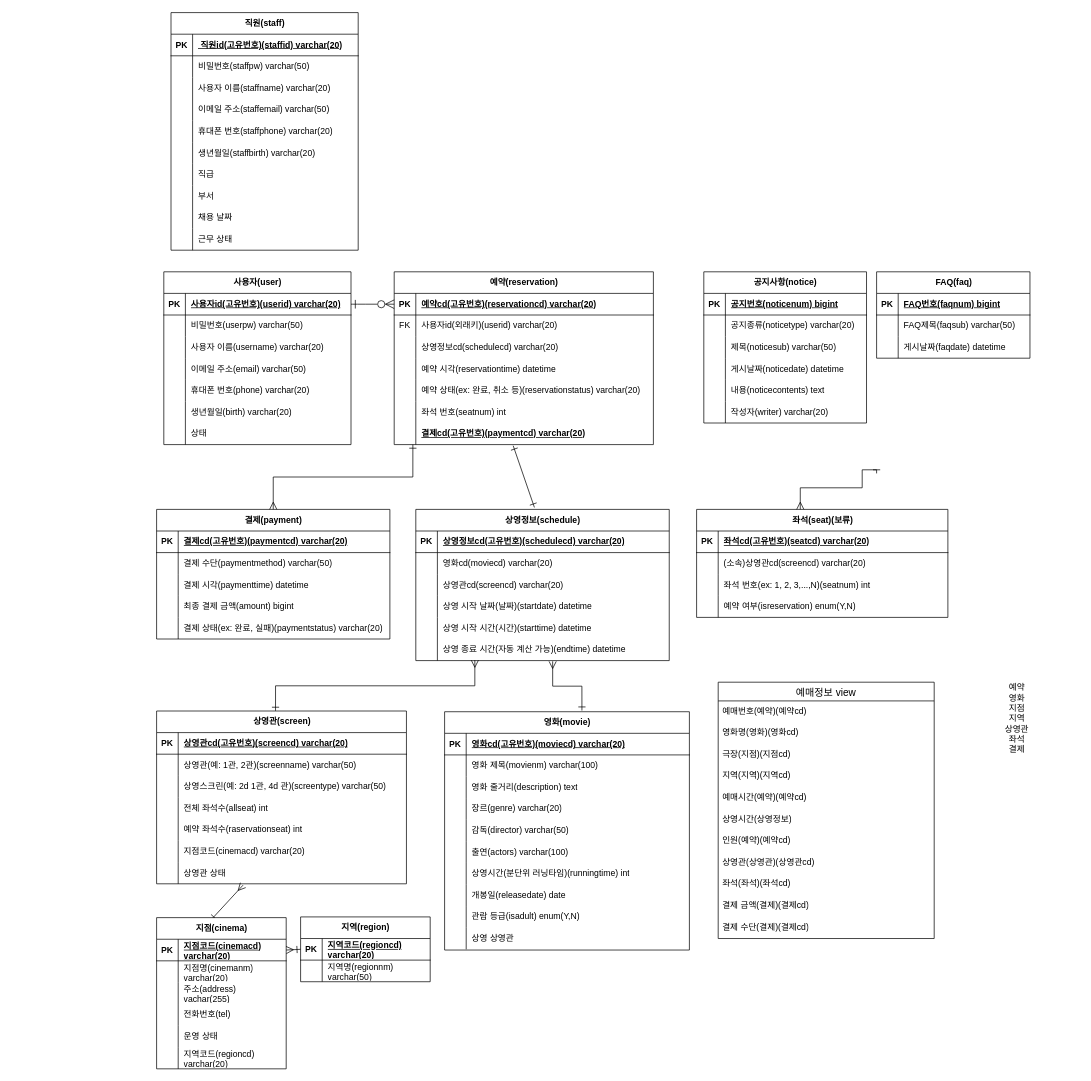
Earlier version of the draw.io diagram thescreendberd.drawio (Leeoc1/projectscr). Source tidied: cells renumbered, new cells numbered last; positions are measured from the earlier drawing's top-left corner, leaving out a move shared by most shapes. Both pictures are drawn from the tidied source at 72%, with x=0, y=0 at pixel (156, 12).
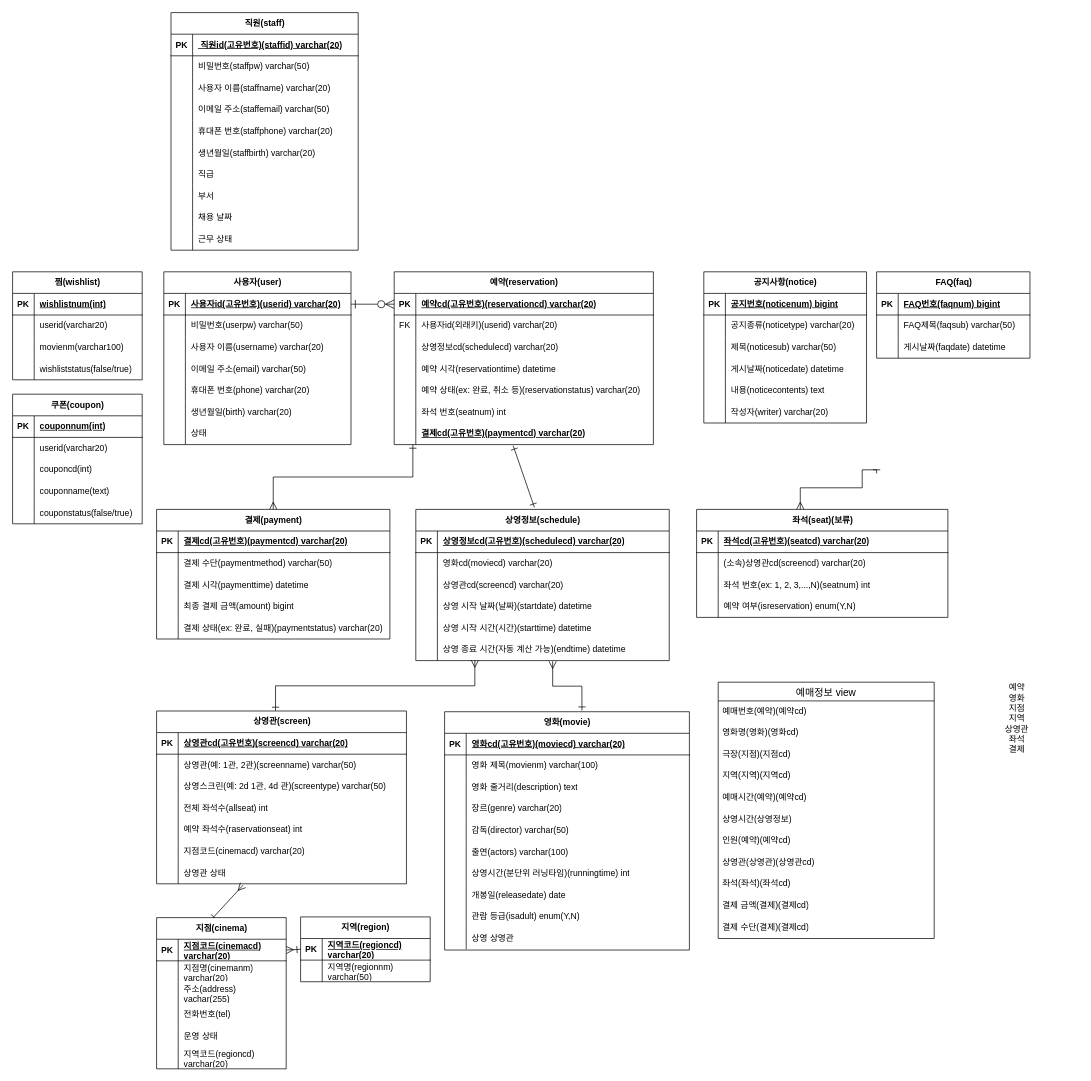
After the change.

What changed in the source:
```diff
@@
+    <mxCell id="254" value="찜(wishlist)" style="shape=table;startSize=30;childLayout=tableLayout;rowLines=0;fontStyle=1;align=center;html=1;" parent="1" vertex="1">
+      <mxGeometry x="-200" y="360" width="180" height="150" as="geometry" />
+    </mxCell>
+    <mxCell id="255" style="shape=tableRow;horizontal=0;startSize=0;swimlaneHead=0;swimlaneBody=0;fillColor=none;top=0;left=0;right=0;bottom=1;" parent="254" vertex="1">
+      <mxGeometry y="30" width="180" height="30" as="geometry" />
+    </mxCell>
+    <mxCell id="256" value="PK" style="shape=partialRectangle;fillColor=none;top=0;left=0;bottom=0;right=0;fontStyle=1;overflow=hidden;whiteSpace=wrap;html=1;" parent="255" vertex="1">
+      <mxGeometry width="30" height="30" as="geometry" />
+    </mxCell>
+    <mxCell id="257" value="wishlistnum(int)" style="shape=partialRectangle;fillColor=none;top=0;left=0;bottom=0;right=0;align=left;spacingLeft=6;fontStyle=5;overflow=hidden;whiteSpace=wrap;html=1;" parent="255" vertex="1">
+      <mxGeometry x="30" width="150" height="30" as="geometry" />
+    </mxCell>
+    <mxCell id="258" style="shape=tableRow;horizontal=0;startSize=0;swimlaneHead=0;swimlaneBody=0;fillColor=none;top=0;left=0;right=0;bottom=0;" parent="254" vertex="1">
+      <mxGeometry y="60" width="180" height="30" as="geometry" />
+    </mxCell>
+    <mxCell id="259" style="shape=partialRectangle;fillColor=none;top=0;left=0;bottom=0;right=0;overflow=hidden;whiteSpace=wrap;html=1;" parent="258" vertex="1">
+      <mxGeometry width="30" height="30" as="geometry" />
+    </mxCell>
+    <mxCell id="260" value="userid(varchar20)&lt;span style=&quot;white-space: pre;&quot;&gt;&#9;&lt;/span&gt;" style="shape=partialRectangle;fillColor=none;top=0;left=0;bottom=0;right=0;align=left;spacingLeft=6;overflow=hidden;whiteSpace=wrap;html=1;" parent="258" vertex="1">
+      <mxGeometry x="30" width="150" height="30" as="geometry" />
+    </mxCell>
+    <mxCell id="261" style="shape=tableRow;horizontal=0;startSize=0;swimlaneHead=0;swimlaneBody=0;fillColor=none;top=0;left=0;right=0;bottom=0;" parent="254" vertex="1">
+      <mxGeometry y="90" width="180" height="30" as="geometry" />
+    </mxCell>
+    <mxCell id="262" style="shape=partialRectangle;fillColor=none;top=0;left=0;bottom=0;right=0;overflow=hidden;whiteSpace=wrap;html=1;" parent="261" vertex="1">
+      <mxGeometry width="30" height="30" as="geometry" />
+    </mxCell>
+    <mxCell id="263" value="movienm(varchar100)" style="shape=partialRectangle;fillColor=none;top=0;left=0;bottom=0;right=0;align=left;spacingLeft=6;overflow=hidden;whiteSpace=wrap;html=1;" parent="261" vertex="1">
+      <mxGeometry x="30" width="150" height="30" as="geometry" />
+    </mxCell>
+    <mxCell id="264" style="shape=tableRow;horizontal=0;startSize=0;swimlaneHead=0;swimlaneBody=0;fillColor=none;top=0;left=0;right=0;bottom=0;" parent="254" vertex="1">
+      <mxGeometry y="120" width="180" height="30" as="geometry" />
+    </mxCell>
+    <mxCell id="265" style="shape=partialRectangle;fillColor=none;top=0;left=0;bottom=0;right=0;overflow=hidden;whiteSpace=wrap;html=1;" parent="264" vertex="1">
+      <mxGeometry width="30" height="30" as="geometry" />
+    </mxCell>
+    <mxCell id="266" value="wishliststatus(false/true)" style="shape=partialRectangle;fillColor=none;top=0;left=0;bottom=0;right=0;align=left;spacingLeft=6;overflow=hidden;whiteSpace=wrap;html=1;" parent="264" vertex="1">
+      <mxGeometry x="30" width="150" height="30" as="geometry" />
+    </mxCell>
+    <mxCell id="267" value="쿠폰(coupon)" style="shape=table;startSize=30;childLayout=tableLayout;rowLines=0;fontStyle=1;align=center;html=1;" parent="1" vertex="1">
+      <mxGeometry x="-200" y="530" width="180" height="180" as="geometry" />
+    </mxCell>
+    <mxCell id="268" style="shape=tableRow;horizontal=0;startSize=0;swimlaneHead=0;swimlaneBody=0;fillColor=none;top=0;left=0;right=0;bottom=1;" parent="267" vertex="1">
+      <mxGeometry y="30" width="180" height="30" as="geometry" />
+    </mxCell>
+    <mxCell id="269" value="PK" style="shape=partialRectangle;fillColor=none;top=0;left=0;bottom=0;right=0;fontStyle=1;overflow=hidden;whiteSpace=wrap;html=1;" parent="268" vertex="1">
+      <mxGeometry width="30" height="30" as="geometry" />
+    </mxCell>
+    <mxCell id="270" value="couponnum(int)" style="shape=partialRectangle;fillColor=none;top=0;left=0;bottom=0;right=0;align=left;spacingLeft=6;fontStyle=5;overflow=hidden;whiteSpace=wrap;html=1;" parent="268" vertex="1">
+      <mxGeometry x="30" width="150" height="30" as="geometry" />
+    </mxCell>
+    <mxCell id="271" style="shape=tableRow;horizontal=0;startSize=0;swimlaneHead=0;swimlaneBody=0;fillColor=none;top=0;left=0;right=0;bottom=0;" parent="267" vertex="1">
+      <mxGeometry y="60" width="180" height="30" as="geometry" />
+    </mxCell>
+    <mxCell id="272" style="shape=partialRectangle;fillColor=none;top=0;left=0;bottom=0;right=0;overflow=hidden;whiteSpace=wrap;html=1;" parent="271" vertex="1">
+      <mxGeometry width="30" height="30" as="geometry" />
+    </mxCell>
+    <mxCell id="273" value="userid(varchar20)" style="shape=partialRectangle;fillColor=none;top=0;left=0;bottom=0;right=0;align=left;spacingLeft=6;overflow=hidden;whiteSpace=wrap;html=1;" parent="271" vertex="1">
+      <mxGeometry x="30" width="150" height="30" as="geometry" />
+    </mxCell>
+    <mxCell id="274" style="shape=tableRow;horizontal=0;startSize=0;swimlaneHead=0;swimlaneBody=0;fillColor=none;top=0;left=0;right=0;bottom=0;" parent="267" vertex="1">
+      <mxGeometry y="90" width="180" height="30" as="geometry" />
+    </mxCell>
+    <mxCell id="275" style="shape=partialRectangle;fillColor=none;top=0;left=0;bottom=0;right=0;overflow=hidden;whiteSpace=wrap;html=1;" parent="274" vertex="1">
+      <mxGeometry width="30" height="30" as="geometry" />
+    </mxCell>
+    <mxCell id="276" value="couponcd(int)" style="shape=partialRectangle;fillColor=none;top=0;left=0;bottom=0;right=0;align=left;spacingLeft=6;overflow=hidden;whiteSpace=wrap;html=1;" parent="274" vertex="1">
+      <mxGeometry x="30" width="150" height="30" as="geometry" />
+    </mxCell>
+    <mxCell id="277" style="shape=tableRow;horizontal=0;startSize=0;swimlaneHead=0;swimlaneBody=0;fillColor=none;top=0;left=0;right=0;bottom=0;" parent="267" vertex="1">
+      <mxGeometry y="120" width="180" height="30" as="geometry" />
+    </mxCell>
+    <mxCell id="278" style="shape=partialRectangle;fillColor=none;top=0;left=0;bottom=0;right=0;overflow=hidden;whiteSpace=wrap;html=1;" parent="277" vertex="1">
+      <mxGeometry width="30" height="30" as="geometry" />
+    </mxCell>
+    <mxCell id="279" value="couponname(text)" style="shape=partialRectangle;fillColor=none;top=0;left=0;bottom=0;right=0;align=left;spacingLeft=6;overflow=hidden;whiteSpace=wrap;html=1;" parent="277" vertex="1">
+      <mxGeometry x="30" width="150" height="30" as="geometry" />
+    </mxCell>
+    <mxCell id="280" style="shape=tableRow;horizontal=0;startSize=0;swimlaneHead=0;swimlaneBody=0;fillColor=none;top=0;left=0;right=0;bottom=0;" parent="267" vertex="1">
+      <mxGeometry y="150" width="180" height="30" as="geometry" />
+    </mxCell>
+    <mxCell id="281" style="shape=partialRectangle;fillColor=none;top=0;left=0;bottom=0;right=0;overflow=hidden;whiteSpace=wrap;html=1;" parent="280" vertex="1">
+      <mxGeometry width="30" height="30" as="geometry" />
+    </mxCell>
+    <mxCell id="282" value="couponstatus(false/true)" style="shape=partialRectangle;fillColor=none;top=0;left=0;bottom=0;right=0;align=left;spacingLeft=6;overflow=hidden;whiteSpace=wrap;html=1;" parent="280" vertex="1">
+      <mxGeometry x="30" width="150" height="30" as="geometry" />
+    </mxCell>
```
